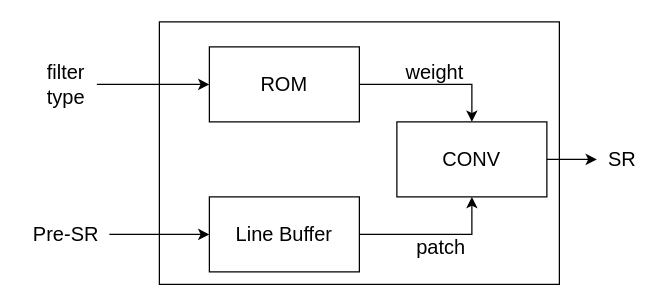
Earlier version of the draw.io diagram page "第 6 页" (6 of 7) of 04 RTL Module Description/doc-latex/pic/jjw.drawio (jjyy-Huang/LoG-UTE-RAISR-Doc). Source tidied: cells renumbered, new cells numbered last; positions are measured from the earlier drawing's top-left corner, leaving out a move shared by most shapes. Both pictures are drawn from the tidied source at 125%, with x=0, y=0 at pixel (21, 21).
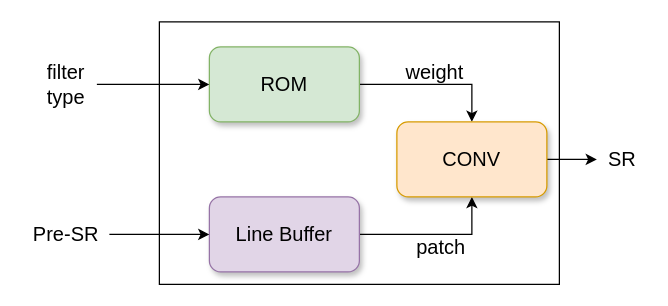
Above is the later version.

The edit, as a diff of the source:
```diff
@@
 <mxGraphModel>
   <root>
     <mxCell id="0" />
     <mxCell id="1" parent="0" />
+    <mxCell id="13" style="rounded=0;whiteSpace=wrap;html=1;fontSize=16;fontColor=#000000;fillColor=none;" parent="1" vertex="1">
+      <mxGeometry x="110" width="320" height="210" as="geometry" />
+    </mxCell>
     <mxCell id="2" style="edgeStyle=orthogonalEdgeStyle;rounded=0;jettySize=auto;html=1;entryX=0.5;entryY=0;entryDx=0;entryDy=0;fontSize=16;fontColor=#000000;strokeColor=#000000;" parent="1" edge="1" source="3" target="7">
       <mxGeometry relative="1" as="geometry" />
     </mxCell>
-    <mxCell id="3" value="&lt;font color=&quot;#000000&quot;&gt;ROM&lt;/font&gt;" style="rounded=0;whiteSpace=wrap;html=1;fontSize=16;fontColor=#FF0000;fillColor=none;" parent="1" vertex="1">
+    <mxCell id="3" value="&lt;font color=&quot;#000000&quot;&gt;ROM&lt;/font&gt;" style="rounded=1;whiteSpace=wrap;html=1;fontSize=16;fillColor=#d5e8d4;strokeColor=#82b366;shadow=1;" parent="1" vertex="1">
       <mxGeometry x="150" y="20" width="120" height="60" as="geometry" />
     </mxCell>
     <mxCell id="4" style="edgeStyle=orthogonalEdgeStyle;rounded=0;jettySize=auto;html=1;entryX=0.5;entryY=1;entryDx=0;entryDy=0;fontSize=16;fontColor=#000000;strokeColor=#000000;" parent="1" edge="1" source="5" target="7">
       <mxGeometry relative="1" as="geometry" />
     </mxCell>
-    <mxCell id="5" value="&lt;font color=&quot;#000000&quot;&gt;Line Buffer&lt;/font&gt;" style="rounded=0;whiteSpace=wrap;html=1;fontSize=16;fontColor=#FF0000;fillColor=none;" parent="1" vertex="1">
+    <mxCell id="5" value="&lt;font color=&quot;#000000&quot;&gt;Line Buffer&lt;/font&gt;" style="rounded=1;whiteSpace=wrap;html=1;fontSize=16;fillColor=#e1d5e7;strokeColor=#9673a6;shadow=1;" parent="1" vertex="1">
       <mxGeometry x="150" y="140" width="120" height="60" as="geometry" />
     </mxCell>
-    <mxCell id="6" style="edgeStyle=orthogonalEdgeStyle;rounded=0;jettySize=auto;html=1;fontSize=16;fontColor=#000000;strokeColor=#000000;" parent="1" edge="1" source="7">
-      <mxGeometry relative="1" as="geometry">
-        <mxPoint x="460" y="110" as="targetPoint" />
-      </mxGeometry>
-    </mxCell>
+    <mxCell id="16" style="edgeStyle=orthogonalEdgeStyle;rounded=0;jettySize=auto;html=1;fontSize=16;fontColor=#000000;strokeColor=#000000;" parent="1" edge="1" source="7">
+      <mxGeometry relative="1" as="geometry">
+        <mxPoint x="460" y="110" as="targetPoint" />
+      </mxGeometry>
+    </mxCell>
-    <mxCell id="7" value="&lt;font color=&quot;#000000&quot;&gt;CONV&lt;/font&gt;" style="rounded=0;whiteSpace=wrap;html=1;fontSize=16;fontColor=#FF0000;fillColor=none;" parent="1" vertex="1">
+    <mxCell id="7" value="&lt;font color=&quot;#000000&quot;&gt;CONV&lt;/font&gt;" style="rounded=1;whiteSpace=wrap;html=1;fontSize=16;fillColor=#ffe6cc;strokeColor=#d79b00;shadow=1;glass=0;" parent="1" vertex="1">
       <mxGeometry x="300" y="80" width="120" height="60" as="geometry" />
     </mxCell>
     <mxCell id="8" style="edgeStyle=orthogonalEdgeStyle;rounded=0;jettySize=auto;html=1;entryX=0;entryY=0.5;entryDx=0;entryDy=0;fontSize=16;fontColor=#000000;strokeColor=#000000;" parent="1" edge="1" source="9" target="3">
       <mxGeometry relative="1" as="geometry" />
     </mxCell>
     <mxCell id="9" value="filter&lt;br&gt;type" style="text;html=1;align=center;verticalAlign=middle;points=[];strokeColor=none;fillColor=none;fontSize=16;fontColor=#000000;" parent="1" vertex="1">
       <mxGeometry x="10" y="30" width="50" height="40" as="geometry" />
     </mxCell>
     <mxCell id="10" style="edgeStyle=orthogonalEdgeStyle;rounded=0;jettySize=auto;html=1;entryX=0;entryY=0.5;entryDx=0;entryDy=0;fontSize=16;fontColor=#000000;strokeColor=#000000;" parent="1" edge="1" source="11" target="5">
       <mxGeometry relative="1" as="geometry" />
     </mxCell>
     <mxCell id="11" value="Pre-SR" style="text;html=1;align=center;verticalAlign=middle;points=[];strokeColor=none;fillColor=none;fontSize=16;fontColor=#000000;" parent="1" vertex="1">
       <mxGeometry y="160" width="70" height="20" as="geometry" />
     </mxCell>
     <mxCell id="12" value="SR" style="text;html=1;align=center;verticalAlign=middle;strokeColor=none;fillColor=none;fontSize=16;fontColor=#000000;" parent="1" vertex="1">
       <mxGeometry x="460" y="100" width="40" height="20" as="geometry" />
     </mxCell>
-    <mxCell id="13" style="rounded=0;whiteSpace=wrap;html=1;fontSize=16;fontColor=#000000;fillColor=none;" parent="1" vertex="1">
-      <mxGeometry x="110" width="320" height="210" as="geometry" />
-    </mxCell>
     <mxCell id="14" value="weight" style="text;html=1;align=center;verticalAlign=middle;strokeColor=none;fillColor=none;fontSize=16;fontColor=#000000;" parent="1" vertex="1">
       <mxGeometry x="300" y="30" width="60" height="20" as="geometry" />
     </mxCell>
     <mxCell id="15" value="patch" style="text;html=1;align=center;verticalAlign=middle;strokeColor=none;fillColor=none;fontSize=16;fontColor=#000000;" parent="1" vertex="1">
       <mxGeometry x="310" y="170" width="50" height="20" as="geometry" />
     </mxCell>
   </root>
 </mxGraphModel>
```
